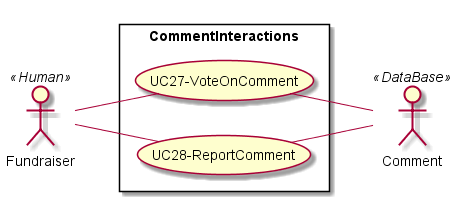
Above: out/Conception/Diagrams/plantUml/Use Cases/Comment_Interaction/CommentInteractions.png in mlnomadpy/Sahem (PlantUML), before the change. Its diagram source:
```plantuml
@startuml CommentInteractions
left to right direction
skinparam packageStyle rectangle
actor Fundraiser as A3 << Human >>
actor Comment as A10 << DataBase >>


rectangle CommentInteractions {
    usecase (UC27-VoteOnComment) as UC27
    usecase (UC28-ReportComment) as UC28

    (UC27) -- A10
    (UC28) -- A10
    A3 -- (UC27)
    A3 -- (UC28)
}

@enduml
```
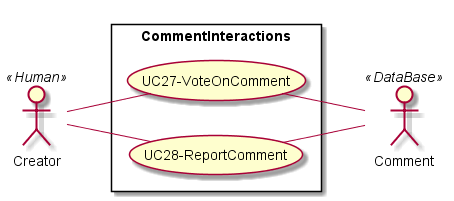
Above is the later version.

Change to the diagram source:
```diff
@@ -1,7 +1,7 @@
 @startuml CommentInteractions
 left to right direction
 skinparam packageStyle rectangle
-actor Fundraiser as A3 << Human >>
+actor Creator as A3 << Human >>
 actor Comment as A10 << DataBase >>
 
 
```
